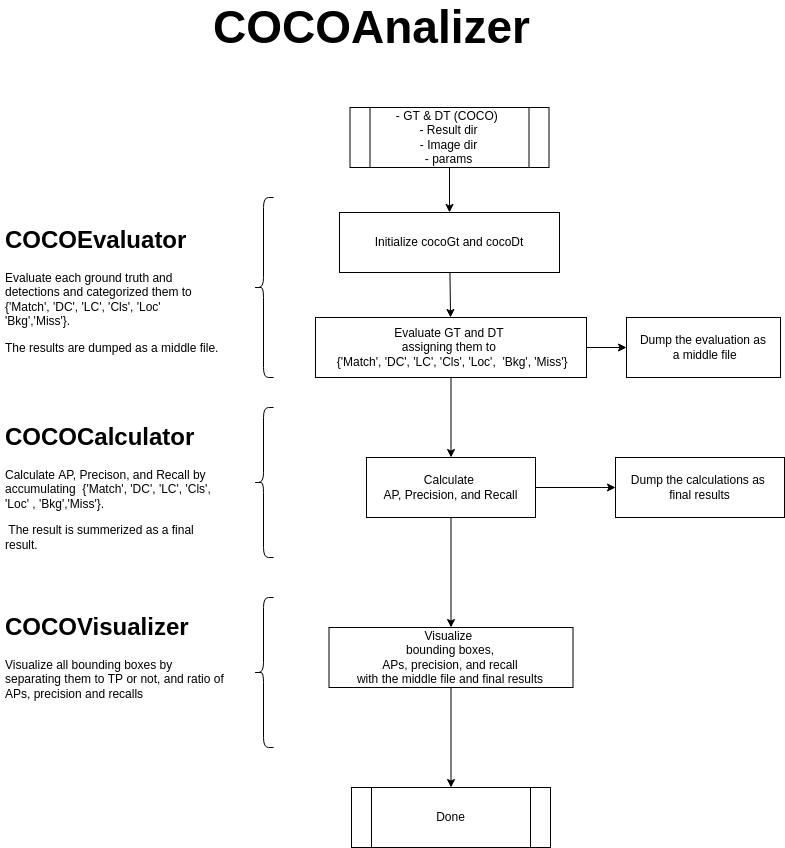
RyotaYoneyama/analytical_map keeps this draw.io diagram as docs/figures/use_flow.drawio.png. Above is the earlier version. Source tidied: cells renumbered, new cells last; positions are measured from the earlier drawing's top-left corner, leaving out a move shared by most shapes. Its diagram source:
```xml
<mxGraphModel>
  <root>
    <mxCell id="0" />
    <mxCell id="1" parent="0" />
    <mxCell id="2" style="endArrow=classic;html=1;exitX=0.5;exitY=1;exitDx=0;exitDy=0;entryX=0.5;entryY=0;entryDx=0;entryDy=0;" parent="1" edge="1" source="7" target="3">
      <mxGeometry relative="1" as="geometry" />
    </mxCell>
    <mxCell id="3" value="Initialize cocoGt and cocoDt" style="rounded=0;whiteSpace=wrap;html=1;" parent="1" vertex="1">
      <mxGeometry x="339" y="205" width="220" height="60" as="geometry" />
    </mxCell>
    <mxCell id="4" style="edgeStyle=none;html=1;" parent="1" edge="1" source="5" target="19">
      <mxGeometry relative="1" as="geometry" />
    </mxCell>
    <mxCell id="5" value="Evaluate GT and DT &lt;br&gt;assigning them to&amp;nbsp;&lt;br&gt;&amp;nbsp;{'Match', 'DC', 'LC', 'Cls', 'Loc',&amp;nbsp; 'Bkg', 'Miss'}" style="rounded=0;whiteSpace=wrap;html=1;" parent="1" vertex="1">
      <mxGeometry x="315" y="310" width="271" height="60" as="geometry" />
    </mxCell>
    <mxCell id="6" style="endArrow=classic;html=1;" parent="1" edge="1" source="3" target="5">
      <mxGeometry relative="1" as="geometry" />
    </mxCell>
    <mxCell id="7" value="&lt;span style=&quot;white-space: normal&quot;&gt;- GT &amp;amp; DT (COCO)&amp;nbsp;&lt;/span&gt;&lt;br style=&quot;white-space: normal&quot;&gt;&lt;span style=&quot;white-space: normal&quot;&gt;- Result dir&lt;/span&gt;&lt;br style=&quot;white-space: normal&quot;&gt;&lt;span style=&quot;white-space: normal&quot;&gt;- Image dir&lt;/span&gt;&lt;br style=&quot;white-space: normal&quot;&gt;&lt;span style=&quot;white-space: normal&quot;&gt;- params&lt;/span&gt;" style="shape=process;whiteSpace=wrap;html=1;backgroundOutline=1;" parent="1" vertex="1">
      <mxGeometry x="349.5" y="100" width="199" height="60" as="geometry" />
    </mxCell>
    <mxCell id="8" style="edgeStyle=orthogonalEdgeStyle;rounded=0;jettySize=auto;html=1;entryX=0.5;entryY=0;entryDx=0;entryDy=0;" parent="1" edge="1" source="5" target="11">
      <mxGeometry relative="1" as="geometry" />
    </mxCell>
    <mxCell id="9" style="edgeStyle=orthogonalEdgeStyle;rounded=0;jettySize=auto;html=1;" parent="1" edge="1" source="11" target="14">
      <mxGeometry relative="1" as="geometry" />
    </mxCell>
    <mxCell id="10" style="edgeStyle=none;html=1;" parent="1" edge="1" source="11" target="20">
      <mxGeometry relative="1" as="geometry" />
    </mxCell>
    <mxCell id="11" value="Calculate &lt;br&gt;AP, Precision, and Recall" style="rounded=0;whiteSpace=wrap;html=1;" parent="1" vertex="1">
      <mxGeometry x="366" y="450" width="169" height="60" as="geometry" />
    </mxCell>
    <mxCell id="12" value="Done" style="shape=process;whiteSpace=wrap;html=1;backgroundOutline=1;" parent="1" vertex="1">
      <mxGeometry x="351" y="780" width="199" height="60" as="geometry" />
    </mxCell>
    <mxCell id="13" style="edgeStyle=orthogonalEdgeStyle;rounded=0;jettySize=auto;html=1;" parent="1" edge="1" source="14" target="12">
      <mxGeometry relative="1" as="geometry" />
    </mxCell>
    <mxCell id="14" value="Visualize &lt;br&gt;bounding boxes,&lt;br&gt;APs, precision, and recall&lt;br&gt;with the middle file and final results" style="rounded=0;whiteSpace=wrap;html=1;" parent="1" vertex="1">
      <mxGeometry x="328.5" y="620" width="244" height="60" as="geometry" />
    </mxCell>
    <mxCell id="15" style="shape=curlyBracket;whiteSpace=wrap;html=1;rounded=1;" parent="1" vertex="1">
      <mxGeometry x="253" y="190" width="20" height="180" as="geometry" />
    </mxCell>
    <mxCell id="16" value="&lt;h1&gt;COCOEvaluator&lt;/h1&gt;&lt;p&gt;Evaluate each ground truth and detections and categorized them to {'Match', 'DC', 'LC', 'Cls', 'Loc' 'Bkg','Miss'}.&lt;/p&gt;&lt;p&gt;The results are dumped as a middle file.&lt;/p&gt;" style="text;html=1;strokeColor=none;fillColor=none;spacing=5;spacingTop=-20;whiteSpace=wrap;overflow=hidden;rounded=0;" parent="1" vertex="1">
      <mxGeometry y="212.5" width="230" height="135" as="geometry" />
    </mxCell>
    <mxCell id="17" style="shape=curlyBracket;whiteSpace=wrap;html=1;rounded=1;" parent="1" vertex="1">
      <mxGeometry x="253" y="400" width="20" height="150" as="geometry" />
    </mxCell>
    <mxCell id="18" value="&lt;h1&gt;COCOCalculator&lt;/h1&gt;&lt;p&gt;Calculate AP, Precison, and Recall by accumulating&amp;nbsp; {'Match', 'DC', 'LC', 'Cls', 'Loc' , 'Bkg','Miss'}.&lt;/p&gt;&lt;p&gt;&amp;nbsp;The result is summerized as a final result.&lt;/p&gt;&lt;p&gt;&lt;br&gt;&lt;/p&gt;" style="text;html=1;strokeColor=none;fillColor=none;spacing=5;spacingTop=-20;whiteSpace=wrap;overflow=hidden;rounded=0;" parent="1" vertex="1">
      <mxGeometry y="410" width="230" height="150" as="geometry" />
    </mxCell>
    <mxCell id="19" value="Dump the evaluation as&lt;br&gt;&amp;nbsp;a middle file" style="whiteSpace=wrap;html=1;rounded=0;" parent="1" vertex="1">
      <mxGeometry x="626" y="310" width="154" height="60" as="geometry" />
    </mxCell>
    <mxCell id="20" value="Dump the calculations as &lt;br&gt;final results" style="rounded=0;whiteSpace=wrap;html=1;" parent="1" vertex="1">
      <mxGeometry x="615" y="450" width="169" height="60" as="geometry" />
    </mxCell>
    <mxCell id="21" value="&lt;h1&gt;COCOVisualizer&lt;/h1&gt;&lt;div&gt;Visualize all bounding boxes by separating them to TP or not, and ratio of APs, precision and recalls&lt;/div&gt;&lt;p&gt;&lt;br&gt;&lt;/p&gt;" style="text;html=1;strokeColor=none;fillColor=none;spacing=5;spacingTop=-20;whiteSpace=wrap;overflow=hidden;rounded=0;" parent="1" vertex="1">
      <mxGeometry y="600" width="230" height="150" as="geometry" />
    </mxCell>
    <mxCell id="22" value="&lt;font style=&quot;font-size: 46px&quot;&gt;COCOAnalizer&lt;/font&gt;" style="text;strokeColor=none;fillColor=none;html=1;fontSize=24;fontStyle=1;verticalAlign=middle;align=center;" parent="1" vertex="1">
      <mxGeometry x="183" width="376" height="40" as="geometry" />
    </mxCell>
    <mxCell id="23" style="shape=curlyBracket;whiteSpace=wrap;html=1;rounded=1;" parent="1" vertex="1">
      <mxGeometry x="253" y="590" width="20" height="150" as="geometry" />
    </mxCell>
  </root>
</mxGraphModel>
```
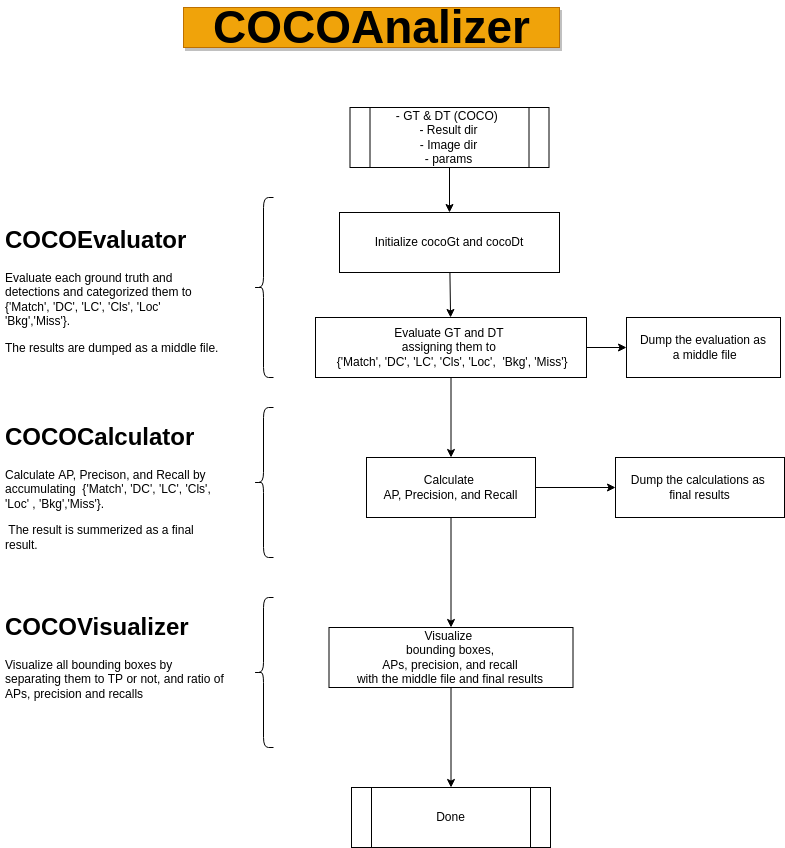
After the change.

What changed in the source:
```diff
@@ -62,7 +62,7 @@
     <mxCell id="21" value="&lt;h1&gt;COCOVisualizer&lt;/h1&gt;&lt;div&gt;Visualize all bounding boxes by separating them to TP or not, and ratio of APs, precision and recalls&lt;/div&gt;&lt;p&gt;&lt;br&gt;&lt;/p&gt;" style="text;html=1;strokeColor=none;fillColor=none;spacing=5;spacingTop=-20;whiteSpace=wrap;overflow=hidden;rounded=0;" parent="1" vertex="1">
       <mxGeometry y="600" width="230" height="150" as="geometry" />
     </mxCell>
-    <mxCell id="22" value="&lt;font style=&quot;font-size: 46px&quot;&gt;COCOAnalizer&lt;/font&gt;" style="text;strokeColor=none;fillColor=none;html=1;fontSize=24;fontStyle=1;verticalAlign=middle;align=center;" parent="1" vertex="1">
+    <mxCell id="22" value="&lt;font style=&quot;font-size: 46px&quot;&gt;COCOAnalizer&lt;/font&gt;" style="text;html=1;fontSize=24;fontStyle=1;verticalAlign=middle;align=center;fillColor=#f0a30a;fontColor=#000000;strokeColor=#BD7000;shadow=1;" parent="1" vertex="1">
       <mxGeometry x="183" width="376" height="40" as="geometry" />
     </mxCell>
     <mxCell id="23" style="shape=curlyBracket;whiteSpace=wrap;html=1;rounded=1;" parent="1" vertex="1">
```
